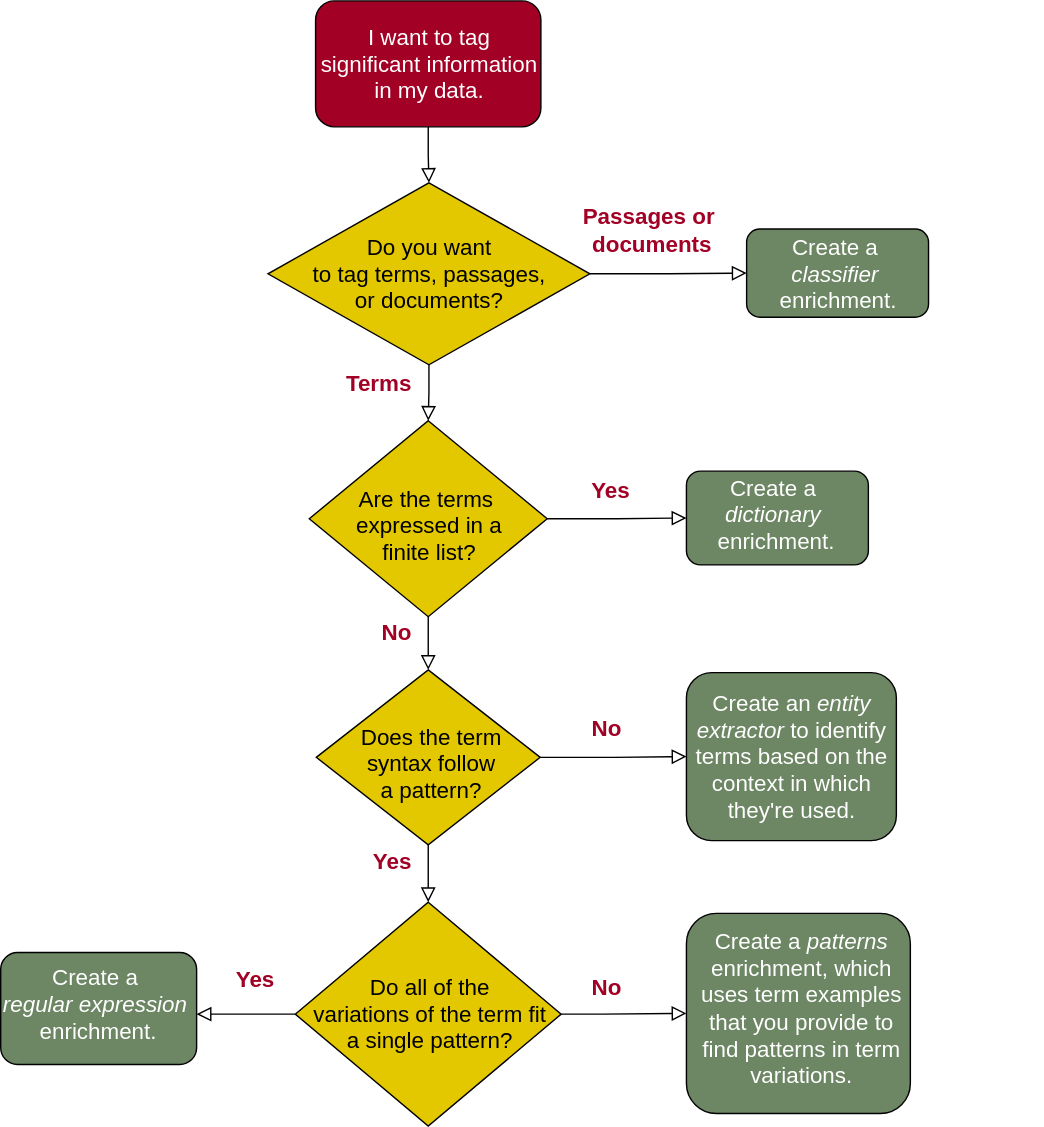
Above: images/enrichment-flowchart-plus-text.drawio.svg in ibm-cloud-docs/discovery-data (draw.io), before the change. Source tidied: cells renumbered, new cells last; positions are measured from the earlier drawing's top-left corner, leaving out a move shared by most shapes.
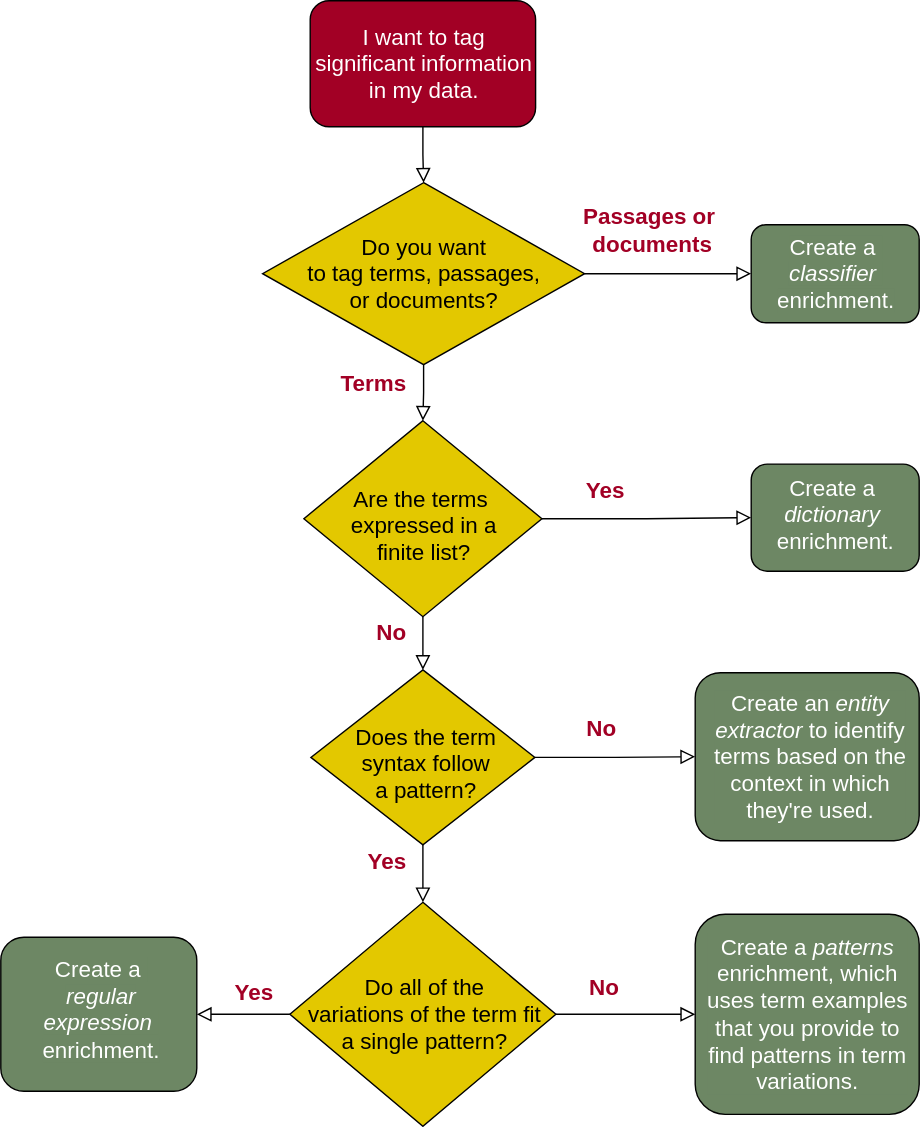
The same diagram one commit later.

Commit message:
DQ: adding cross ref links and adjusting diagram image

What changed in the source:
```diff
@@ -15,7 +15,7 @@
       <mxGeometry x="-0.13" y="35" relative="1" as="geometry" />
     </mxCell>
     <mxCell id="6" style="rounded=1;whiteSpace=wrap;html=1;fontSize=12;glass=0;strokeWidth=1;shadow=0;fillColor=#6D8764;" parent="1" vertex="1">
-      <mxGeometry x="533" y="163" width="130" height="63" as="geometry" />
+      <mxGeometry x="540" y="160" width="120" height="70" as="geometry" />
     </mxCell>
     <mxCell id="7" style="rounded=0;html=1;jettySize=auto;fontSize=11;endArrow=block;endFill=0;endSize=8;strokeWidth=1;shadow=0;labelBackgroundColor=none;edgeStyle=orthogonalEdgeStyle;exitX=0.5;exitY=1;exitDx=0;exitDy=0;entryX=0.5;entryY=0;entryDx=0;entryDy=0;" parent="1" edge="1" source="12" target="14">
       <mxGeometry x="0.05" y="-35" relative="1" as="geometry" />
@@ -24,10 +24,10 @@
       <mxGeometry x="-0.21" y="20" relative="1" as="geometry" />
     </mxCell>
     <mxCell id="9" style="rounded=1;whiteSpace=wrap;html=1;fontSize=12;glass=0;strokeWidth=1;shadow=0;fillColor=#6D8764;" parent="1" vertex="1">
-      <mxGeometry x="490" y="652" width="160" height="143" as="geometry" />
+      <mxGeometry x="500" y="652.5" width="160" height="143" as="geometry" />
     </mxCell>
     <mxCell id="10" style="rounded=1;whiteSpace=wrap;html=1;fontSize=12;glass=0;strokeWidth=1;shadow=0;fillColor=#6D8764;" parent="1" vertex="1">
-      <mxGeometry x="490" y="480" width="150" height="120" as="geometry" />
+      <mxGeometry x="500" y="480" width="160" height="120" as="geometry" />
     </mxCell>
     <mxCell id="11" value="&lt;div style=&quot;font-size: 16px&quot;&gt;&lt;br&gt;&lt;/div&gt;" style="rhombus;whiteSpace=wrap;html=1;shadow=0;fontFamily=Helvetica;fontSize=12;align=center;strokeWidth=1;spacing=6;spacingTop=-4;labelBackgroundColor=none;fillColor=#E3C800;" parent="1" vertex="1">
       <mxGeometry x="191" y="130" width="230" height="130" as="geometry" />
@@ -36,7 +36,7 @@
       <mxGeometry x="220.5" y="300" width="170" height="140" as="geometry" />
     </mxCell>
     <mxCell id="13" style="rounded=1;whiteSpace=wrap;html=1;fontSize=12;glass=0;strokeWidth=1;shadow=0;fillColor=#6D8764;" parent="1" vertex="1">
-      <mxGeometry x="490" y="336" width="130" height="67" as="geometry" />
+      <mxGeometry x="540" y="331" width="120" height="76.5" as="geometry" />
     </mxCell>
     <mxCell id="14" value="&lt;span style=&quot;background-color: rgb(255 , 255 , 255) ; color: transparent ; font-family: sans-serif ; font-size: 12.7275px&quot;&gt;&lt;br&gt;&lt;/span&gt;" style="rhombus;whiteSpace=wrap;html=1;shadow=0;fontFamily=Helvetica;fontSize=12;align=center;strokeWidth=1;spacing=6;spacingTop=-4;fillColor=#E3C800;" parent="1" vertex="1">
       <mxGeometry x="225.5" y="478" width="160" height="125" as="geometry" />
@@ -53,7 +53,7 @@
       <mxGeometry x="210.5" y="644" width="190" height="160" as="geometry" />
     </mxCell>
     <mxCell id="18" style="rounded=1;whiteSpace=wrap;html=1;fontSize=12;glass=0;strokeWidth=1;shadow=0;fillColor=#6D8764;" parent="1" vertex="1">
-      <mxGeometry y="680" width="140" height="80" as="geometry" />
+      <mxGeometry x="4" y="669" width="140" height="110" as="geometry" />
     </mxCell>
     <mxCell id="19" style="edgeStyle=orthogonalEdgeStyle;rounded=0;html=1;jettySize=auto;fontSize=11;endArrow=block;endFill=0;endSize=8;strokeWidth=1;shadow=0;labelBackgroundColor=none;entryX=0;entryY=0.5;entryDx=0;entryDy=0;exitX=1;exitY=0.5;exitDx=0;exitDy=0;" parent="1" edge="1" source="17" target="9">
       <mxGeometry x="-0.34" y="20" relative="1" as="geometry">
@@ -62,10 +62,9 @@
         </Array>
       </mxGeometry>
     </mxCell>
-    <mxCell id="20" style="rounded=0;html=1;jettySize=auto;orthogonalLoop=1;fontSize=11;endArrow=block;endFill=0;endSize=8;strokeWidth=1;shadow=0;labelBackgroundColor=none;edgeStyle=orthogonalEdgeStyle;exitX=0;exitY=0.5;exitDx=0;exitDy=0;entryX=1;entryY=0.5;entryDx=0;entryDy=0;" parent="1" edge="1">
+    <mxCell id="20" style="rounded=0;html=1;jettySize=auto;fontSize=11;endArrow=block;endFill=0;endSize=8;strokeWidth=1;shadow=0;labelBackgroundColor=none;edgeStyle=orthogonalEdgeStyle;exitX=0;exitY=0.5;exitDx=0;exitDy=0;entryX=1;entryY=0.5;entryDx=0;entryDy=0;" parent="1" edge="1" target="18">
       <mxGeometry x="-0.13" y="-20" relative="1" as="geometry">
         <mxPoint x="210.5" y="724" as="sourcePoint" />
-        <mxPoint x="140" y="724" as="targetPoint" />
       </mxGeometry>
     </mxCell>
     <mxCell id="21" value="Text" parent="0" />
@@ -85,7 +84,7 @@
       <mxGeometry x="157" y="689" width="300" height="30" as="geometry" />
     </mxCell>
     <mxCell id="27" value="&lt;div&gt;&lt;font color=&quot;#a20025&quot;&gt;&lt;b&gt;Passages or&lt;/b&gt;&lt;/font&gt;&lt;/div&gt;&lt;div&gt;&lt;font color=&quot;#a20025&quot;&gt;&lt;b&gt;&amp;nbsp;documents&lt;/b&gt;&lt;/font&gt;&lt;/div&gt;" style="text;html=1;align=center;verticalAlign=middle;fillColor=none;strokeColor=none;rounded=0;fontFamily=Helvetica;fontSize=16;fontColor=#000000;" parent="21" vertex="1">
-      <mxGeometry x="408" y="144" width="110" height="40" as="geometry" />
+      <mxGeometry x="412" y="144" width="110" height="40" as="geometry" />
     </mxCell>
     <mxCell id="28" value="&lt;div&gt;&lt;font color=&quot;#a20025&quot;&gt;&lt;b&gt;Terms&lt;/b&gt;&lt;/font&gt;&lt;/div&gt;" style="text;html=1;align=right;verticalAlign=middle;fillColor=none;strokeColor=none;rounded=0;fontFamily=Helvetica;fontSize=16;fontColor=#000000;" parent="21" vertex="1">
       <mxGeometry x="235" y="263" width="60" height="20" as="geometry" />
@@ -103,25 +102,25 @@
       <mxGeometry x="405" y="510" width="40" height="20" as="geometry" />
     </mxCell>
     <mxCell id="33" value="&lt;div&gt;&lt;font color=&quot;#a20025&quot;&gt;&lt;b&gt;No&lt;/b&gt;&lt;/font&gt;&lt;/div&gt;" style="text;html=1;align=right;verticalAlign=middle;fillColor=none;strokeColor=none;rounded=0;fontFamily=Helvetica;fontSize=16;fontColor=#000000;" parent="21" vertex="1">
-      <mxGeometry x="405" y="695" width="40" height="20" as="geometry" />
+      <mxGeometry x="407" y="695" width="40" height="20" as="geometry" />
     </mxCell>
     <mxCell id="34" value="&lt;div&gt;&lt;font color=&quot;#a20025&quot;&gt;&lt;b&gt;Yes&lt;/b&gt;&lt;/font&gt;&lt;/div&gt;" style="text;html=1;align=right;verticalAlign=middle;fillColor=none;strokeColor=none;rounded=0;fontFamily=Helvetica;fontSize=16;fontColor=#000000;" parent="21" vertex="1">
-      <mxGeometry x="157" y="689" width="40" height="20" as="geometry" />
+      <mxGeometry x="160" y="698" width="40" height="20" as="geometry" />
     </mxCell>
     <mxCell id="35" value="&lt;div style=&quot;text-align: center ; text-indent: 0px&quot;&gt;&lt;font color=&quot;#ffffff&quot; style=&quot;background-color: rgb(109 , 135 , 100) ; font-size: 16px&quot;&gt;Create a&amp;nbsp;&lt;/font&gt;&lt;/div&gt;&lt;div style=&quot;text-align: center ; text-indent: 0px&quot;&gt;&lt;font color=&quot;#ffffff&quot; style=&quot;background-color: rgb(109 , 135 , 100) ; font-size: 16px&quot;&gt;&lt;i&gt;classifier&lt;/i&gt;&amp;nbsp;&lt;/font&gt;&lt;/div&gt;&lt;div style=&quot;text-align: center ; text-indent: 0px&quot;&gt;&lt;font color=&quot;#ffffff&quot; style=&quot;background-color: rgb(109 , 135 , 100) ; font-size: 16px&quot;&gt;enrichment.&lt;/font&gt;&lt;br&gt;&lt;/div&gt;" style="text;whiteSpace=wrap;html=1;fontSize=16;fontFamily=Helvetica;fontColor=#A20025;" parent="21" vertex="1">
-      <mxGeometry x="555" y="160" width="190" height="80" as="geometry" />
+      <mxGeometry x="557" y="160" width="95" height="60" as="geometry" />
     </mxCell>
     <mxCell id="36" value="&lt;div&gt;&lt;font face=&quot;Helvetica&quot; color=&quot;#ffffff&quot;&gt;Create a&amp;nbsp;&lt;/font&gt;&lt;/div&gt;&lt;div&gt;&lt;font face=&quot;Helvetica&quot; color=&quot;#ffffff&quot;&gt;&lt;i&gt;dictionary&lt;/i&gt;&amp;nbsp;&lt;/font&gt;&lt;/div&gt;&lt;div&gt;&lt;font face=&quot;Helvetica&quot; color=&quot;#ffffff&quot;&gt;enrichment.&lt;/font&gt;&lt;/div&gt;" style="text;html=1;align=center;verticalAlign=middle;fillColor=none;strokeColor=none;rounded=0;fontFamily=Verdana;fontSize=16;fontColor=#000000;" parent="21" vertex="1">
-      <mxGeometry x="504" y="332" width="100" height="70" as="geometry" />
+      <mxGeometry x="550" y="332" width="100" height="70" as="geometry" />
     </mxCell>
     <mxCell id="37" value="Create an &lt;i&gt;entity &lt;br&gt;extractor&lt;/i&gt; to identify &lt;br&gt;terms based on the &lt;br&gt;context in which &lt;br&gt;they're used." style="text;html=1;align=center;verticalAlign=middle;fillColor=none;strokeColor=none;rounded=0;labelBackgroundColor=#6D8764;fontFamily=Helvetica;fontSize=16;fontColor=#FFFFFF;" parent="21" vertex="1">
-      <mxGeometry x="490" y="490" width="150" height="100" as="geometry" />
+      <mxGeometry x="507" y="490" width="150" height="100" as="geometry" />
     </mxCell>
     <mxCell id="38" value="&lt;div style=&quot;color: rgb(0 , 0 , 0) ; font-family: &amp;#34;verdana&amp;#34; ; font-size: 16px ; font-style: normal ; font-weight: 400 ; letter-spacing: normal ; text-align: center ; text-indent: 0px ; text-transform: none ; word-spacing: 0px&quot;&gt;&lt;font face=&quot;Helvetica&quot; color=&quot;#ffffff&quot; style=&quot;background-color: rgb(109 , 135 , 100)&quot;&gt;Create a&amp;nbsp;&lt;/font&gt;&lt;/div&gt;&lt;div style=&quot;color: rgb(0 , 0 , 0) ; font-family: &amp;#34;verdana&amp;#34; ; font-size: 16px ; font-style: normal ; font-weight: 400 ; letter-spacing: normal ; text-align: center ; text-indent: 0px ; text-transform: none ; word-spacing: 0px&quot;&gt;&lt;font face=&quot;Helvetica&quot; color=&quot;#ffffff&quot; style=&quot;background-color: rgb(109 , 135 , 100)&quot;&gt;&lt;i&gt;regular expression&lt;/i&gt;&amp;nbsp;&lt;/font&gt;&lt;/div&gt;&lt;div style=&quot;color: rgb(0 , 0 , 0) ; font-family: &amp;#34;verdana&amp;#34; ; font-size: 16px ; font-style: normal ; font-weight: 400 ; letter-spacing: normal ; text-align: center ; text-indent: 0px ; text-transform: none ; word-spacing: 0px&quot;&gt;&lt;font face=&quot;Helvetica&quot; color=&quot;#ffffff&quot; style=&quot;background-color: rgb(109 , 135 , 100)&quot;&gt;enrichment.&lt;/font&gt;&lt;/div&gt;" style="text;whiteSpace=wrap;html=1;fontSize=16;fontFamily=Helvetica;fontColor=#FFFFFF;" parent="21" vertex="1">
-      <mxGeometry y="682" width="140" height="80" as="geometry" />
+      <mxGeometry x="10" y="676" width="130" height="98" as="geometry" />
     </mxCell>
     <mxCell id="39" value="Create a &lt;i&gt;patterns &lt;/i&gt;&lt;br&gt;enrichment, which &lt;br&gt;uses term examples &lt;br&gt;that you provide to &lt;br&gt;find patterns in term &lt;br&gt;variations." style="text;html=1;align=center;verticalAlign=middle;fillColor=none;strokeColor=none;rounded=0;labelBackgroundColor=#6D8764;fontFamily=Helvetica;fontSize=16;fontColor=#FFFFFF;" parent="21" vertex="1">
-      <mxGeometry x="492" y="660" width="160" height="120" as="geometry" />
+      <mxGeometry x="500" y="664" width="160" height="120" as="geometry" />
     </mxCell>
   </root>
 </mxGraphModel>
```
